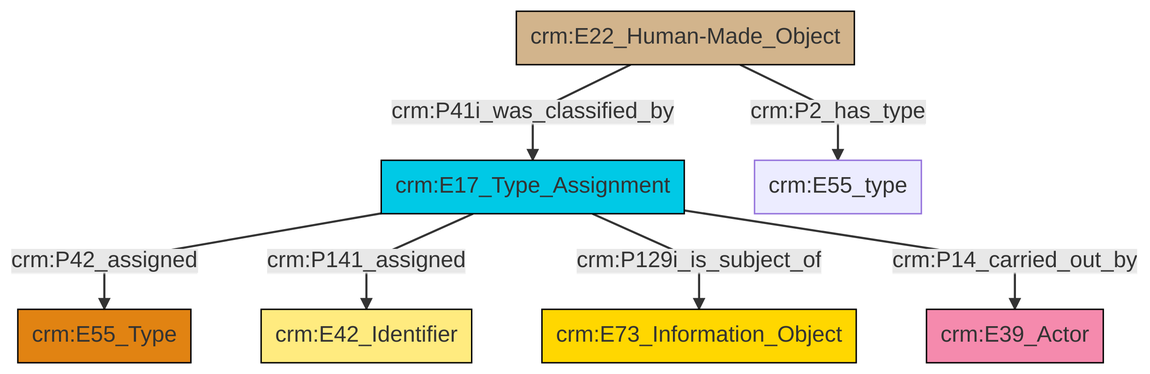
Before: et/builtWorkCSV/ttl/mmd/png/Built_Work_designation_status.png, a diagram exported from Mermaid (swiss-art-research-net/docs.swissartresearch). Its source is kept beside it as et/builtWorkCSV/ttl/mmd/Built_Work_designation_status.ttl.mmd.
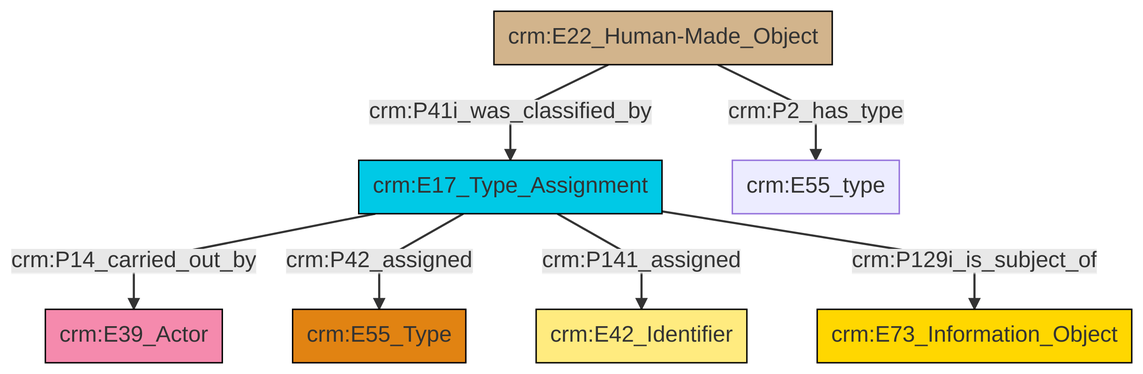
The same diagram one commit later.

Diff of the diagram source:
```diff
@@ -13,9 +13,9 @@
 classDef PC_Classes fill:#4ce600, stroke:#000000;
 classDef Multi fill:#cccccc,stroke:#000000;
 
-2["crm:E17_Type_Assignment"]:::Temporal_Entity -->|crm:P42_assigned| 3["crm:E55_Type"]:::Type
-2["crm:E17_Type_Assignment"]:::Temporal_Entity -->|crm:P141_assigned| 8["crm:E42_Identifier"]:::Appellation
-0["crm:E22_Human-Made_Object"]:::Physical_Thing -->|crm:P2_has_type| 12["crm:E55_type"]:::Default
-0["crm:E22_Human-Made_Object"]:::Physical_Thing -->|crm:P41i_was_classified_by| 2["crm:E17_Type_Assignment"]:::Temporal_Entity
-2["crm:E17_Type_Assignment"]:::Temporal_Entity -->|crm:P129i_is_subject_of| 10["crm:E73_Information_Object"]:::Conceptual_Object
-2["crm:E17_Type_Assignment"]:::Temporal_Entity -->|crm:P14_carried_out_by| 5["crm:E39_Actor"]:::Actor
+2["crm:E17_Type_Assignment"]:::Temporal_Entity -->|crm:P14_carried_out_by| 3["crm:E39_Actor"]:::Actor
+4["crm:E22_Human-Made_Object"]:::Physical_Thing -->|crm:P2_has_type| 5["crm:E55_type"]:::Default
+2["crm:E17_Type_Assignment"]:::Temporal_Entity -->|crm:P42_assigned| 0["crm:E55_Type"]:::Type
+4["crm:E22_Human-Made_Object"]:::Physical_Thing -->|crm:P41i_was_classified_by| 2["crm:E17_Type_Assignment"]:::Temporal_Entity
+2["crm:E17_Type_Assignment"]:::Temporal_Entity -->|crm:P141_assigned| 6["crm:E42_Identifier"]:::Appellation
+2["crm:E17_Type_Assignment"]:::Temporal_Entity -->|crm:P129i_is_subject_of| 13["crm:E73_Information_Object"]:::Conceptual_Object
```
